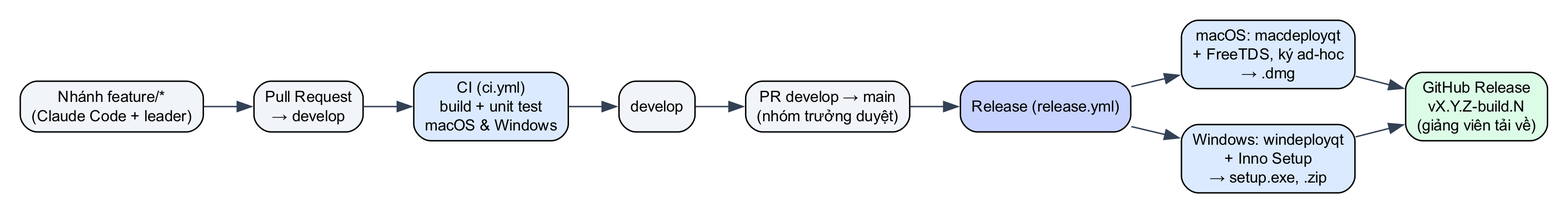
Above: docs/report/images/diagrams/cicd.png in nhutruong-uit/imcp (Graphviz), before the change. Its source is kept beside it as docs/report/diagrams/cicd.dot.
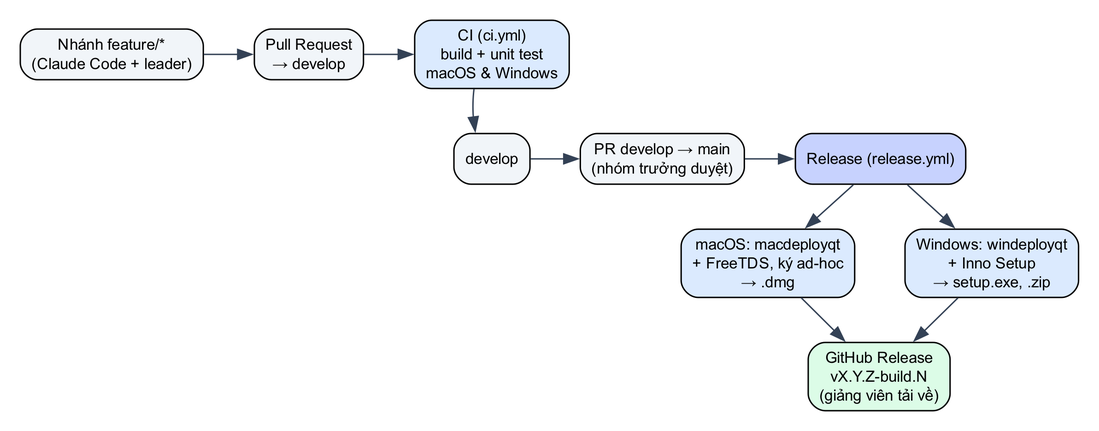
Later version of the same file.

The edit, as a diff of the source:
```diff
@@ -1,5 +1,5 @@
 digraph CICD {
-  graph [rankdir=LR, fontname="Arial", dpi=220, pad=0.2, nodesep=0.35, ranksep=0.5];
+  graph [rankdir=TB, fontname="Arial", dpi=220, pad=0.2, nodesep=0.5, ranksep=0.45];
   node  [fontname="Arial", fontsize=11, shape=box, style="rounded,filled", fillcolor="#F1F5F9"];
   edge  [color="#334155", fontname="Arial", fontsize=9];
   dev [label="Nhánh feature/*\n(Claude Code + leader)"]; pr [label="Pull Request\n→ develop"];
@@ -9,5 +9,9 @@
   mac [label="macOS: macdeployqt\n+ FreeTDS, ký ad-hoc\n→ .dmg", fillcolor="#DBEAFE"];
   win [label="Windows: windeployqt\n+ Inno Setup\n→ setup.exe, .zip", fillcolor="#DBEAFE"];
   gh [label="GitHub Release\nvX.Y.Z-build.N\n(giảng viên tải về)", fillcolor="#DCFCE7"];
-  dev -> pr -> ci -> develop -> prm -> rel; rel -> mac; rel -> win; mac -> gh; win -> gh;
+  {rank=same; dev; pr; ci;}
+  {rank=same; develop; prm; rel;}
+  {rank=same; mac; win;}
+  dev -> pr -> ci; ci -> develop [constraint=false]; ci -> develop [style=invis]; develop -> prm -> rel;
+  rel -> mac; rel -> win; mac -> gh; win -> gh;
 }
```
